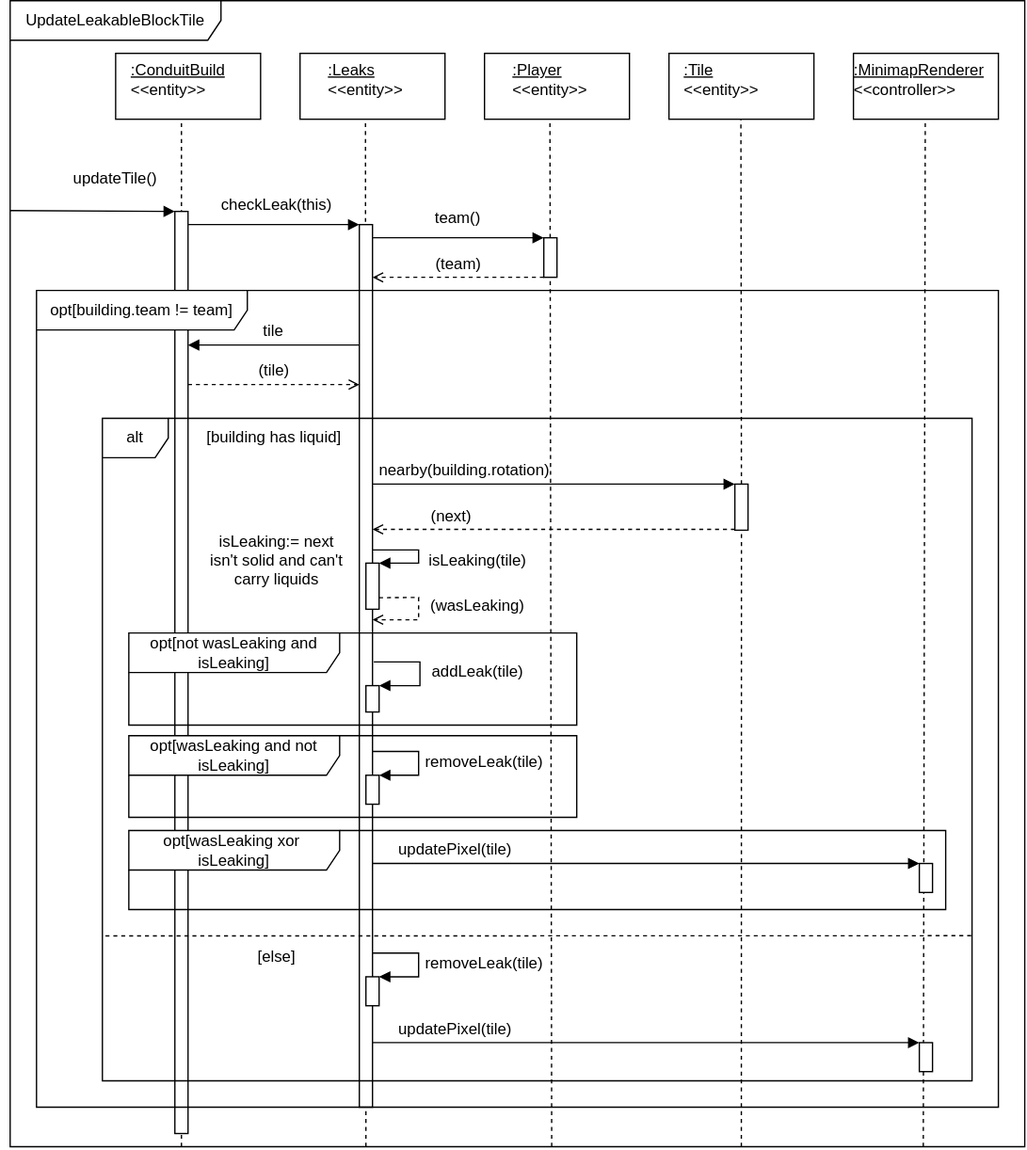
Above: SE202526/Milestone3/UserStory2/assets/seqUpdateLeakableBlockTile.svg in gabits17/Mindustry-Add-ons-SE-Project (draw.io), before the change. Source tidied: cells renumbered, new cells last; positions are measured from the earlier drawing's top-left corner, leaving out a move shared by most shapes.
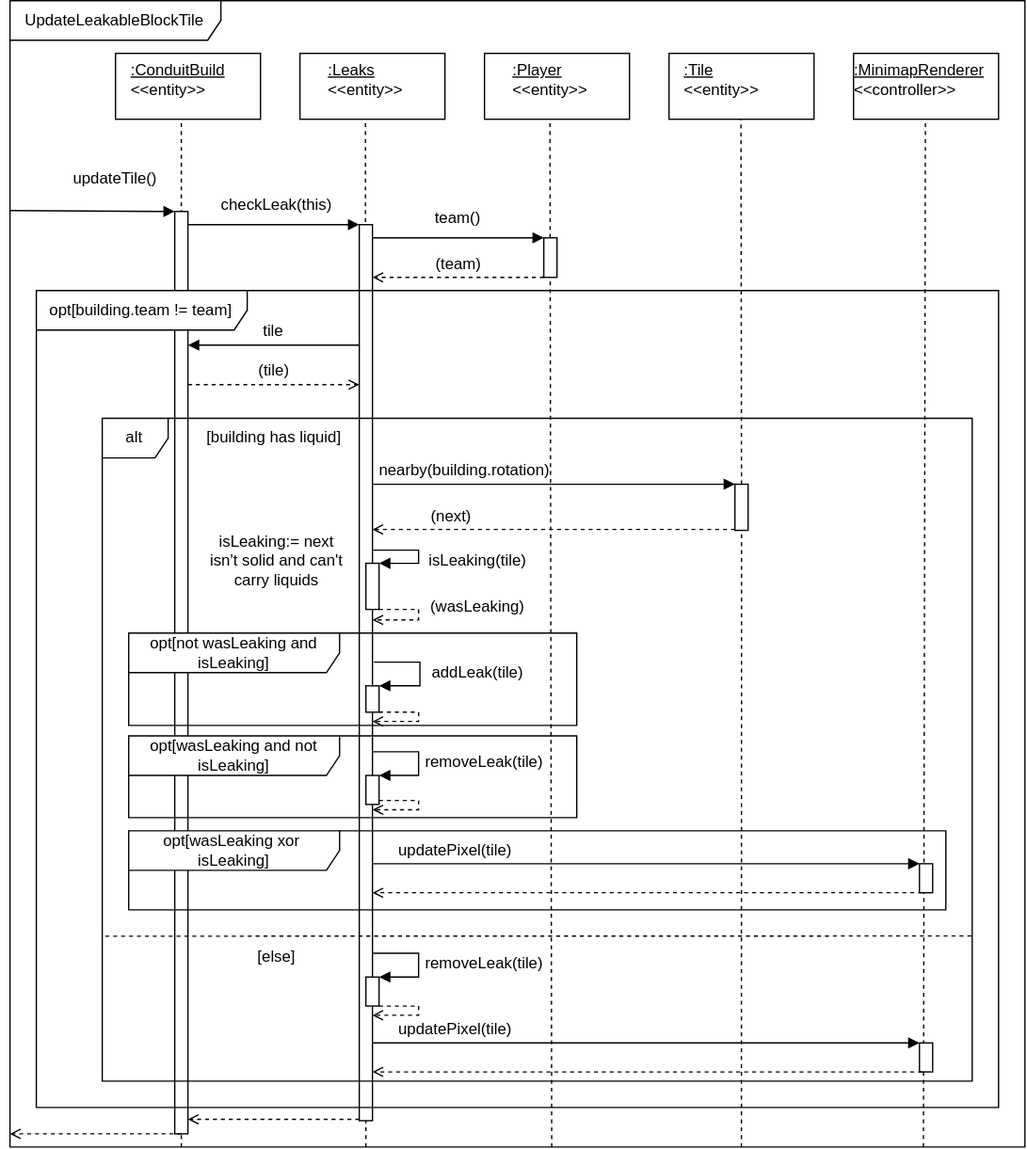
The same file after the commit.

What changed in the source:
```diff
@@ -44,7 +44,7 @@
       </mxGeometry>
     </mxCell>
     <mxCell id="13" style="rounded=0;whiteSpace=wrap;html=1;" parent="1" vertex="1">
-      <mxGeometry x="265" y="170" width="10" height="670" as="geometry" />
+      <mxGeometry x="265" y="170" width="10" height="680" as="geometry" />
     </mxCell>
     <mxCell id="14" style="rounded=0;whiteSpace=wrap;html=1;" parent="1" vertex="1">
       <mxGeometry x="125" y="160" width="10" height="700" as="geometry" />
@@ -161,11 +161,11 @@
     <mxCell id="41" value="isLeaking(tile)" style="text;html=1;whiteSpace=wrap;strokeColor=none;fillColor=none;align=center;verticalAlign=middle;rounded=0;" parent="1" vertex="1">
       <mxGeometry x="320" y="415" width="70" height="20" as="geometry" />
     </mxCell>
-    <mxCell id="42" style="endArrow=open;html=1;rounded=0;endFill=0;dashed=1;exitX=1;exitY=0.75;exitDx=0;exitDy=0;" parent="1" edge="1" source="35">
+    <mxCell id="42" style="endArrow=open;html=1;rounded=0;endFill=0;dashed=1;exitX=1;exitY=1;exitDx=0;exitDy=0;" parent="1" edge="1" source="35">
       <mxGeometry relative="1" as="geometry">
         <mxPoint x="275" y="470" as="targetPoint" />
         <Array as="points">
-          <mxPoint x="310" y="453" />
+          <mxPoint x="310" y="462" />
           <mxPoint x="310" y="470" />
         </Array>
       </mxGeometry>
@@ -280,5 +280,58 @@
     <mxCell id="67" value="[else]" style="text;html=1;whiteSpace=wrap;strokeColor=none;fillColor=none;align=center;verticalAlign=middle;rounded=0;" parent="1" vertex="1">
       <mxGeometry x="135.1" y="711" width="135" height="30" as="geometry" />
     </mxCell>
+    <mxCell id="68" style="endArrow=open;html=1;rounded=0;endFill=0;dashed=1;exitX=1;exitY=1;exitDx=0;exitDy=0;" parent="1" edge="1" source="46">
+      <mxGeometry relative="1" as="geometry">
+        <mxPoint x="275" y="547" as="targetPoint" />
+        <Array as="points">
+          <mxPoint x="310" y="540" />
+          <mxPoint x="310" y="547" />
+        </Array>
+      </mxGeometry>
+    </mxCell>
+    <mxCell id="69" style="endArrow=open;html=1;rounded=0;endFill=0;dashed=1;exitX=1;exitY=1;exitDx=0;exitDy=0;" parent="1" edge="1">
+      <mxGeometry relative="1" as="geometry">
+        <mxPoint x="280" y="607" as="sourcePoint" />
+        <mxPoint x="275" y="614" as="targetPoint" />
+        <Array as="points">
+          <mxPoint x="310" y="607" />
+          <mxPoint x="310" y="614" />
+        </Array>
+      </mxGeometry>
+    </mxCell>
+    <mxCell id="70" style="endArrow=open;html=1;rounded=0;endFill=0;dashed=1;exitX=1;exitY=1;exitDx=0;exitDy=0;" parent="1" edge="1">
+      <mxGeometry relative="1" as="geometry">
+        <mxPoint x="280" y="763" as="sourcePoint" />
+        <mxPoint x="275" y="770" as="targetPoint" />
+        <Array as="points">
+          <mxPoint x="310" y="763" />
+          <mxPoint x="310" y="770" />
+        </Array>
+      </mxGeometry>
+    </mxCell>
+    <mxCell id="71" style="endArrow=open;html=1;rounded=0;endFill=0;dashed=1;entryX=0.933;entryY=0.69;entryDx=0;entryDy=0;entryPerimeter=0;" parent="1" edge="1">
+      <mxGeometry relative="1" as="geometry">
+        <mxPoint x="692" y="677" as="sourcePoint" />
+        <mxPoint x="275" y="677" as="targetPoint" />
+      </mxGeometry>
+    </mxCell>
+    <mxCell id="72" style="endArrow=open;html=1;rounded=0;endFill=0;dashed=1;entryX=0.933;entryY=0.69;entryDx=0;entryDy=0;entryPerimeter=0;" parent="1" edge="1">
+      <mxGeometry relative="1" as="geometry">
+        <mxPoint x="692" y="813" as="sourcePoint" />
+        <mxPoint x="275" y="813" as="targetPoint" />
+      </mxGeometry>
+    </mxCell>
+    <mxCell id="73" style="endArrow=open;html=1;rounded=0;endFill=0;dashed=1;" parent="1" edge="1">
+      <mxGeometry relative="1" as="geometry">
+        <mxPoint x="265" y="849" as="sourcePoint" />
+        <mxPoint x="135" y="849" as="targetPoint" />
+      </mxGeometry>
+    </mxCell>
+    <mxCell id="74" style="endArrow=open;html=1;rounded=0;endFill=0;dashed=1;" parent="1" edge="1">
+      <mxGeometry relative="1" as="geometry">
+        <mxPoint x="130" y="860" as="sourcePoint" />
+        <mxPoint y="860" as="targetPoint" />
+      </mxGeometry>
+    </mxCell>
   </root>
 </mxGraphModel>
```
